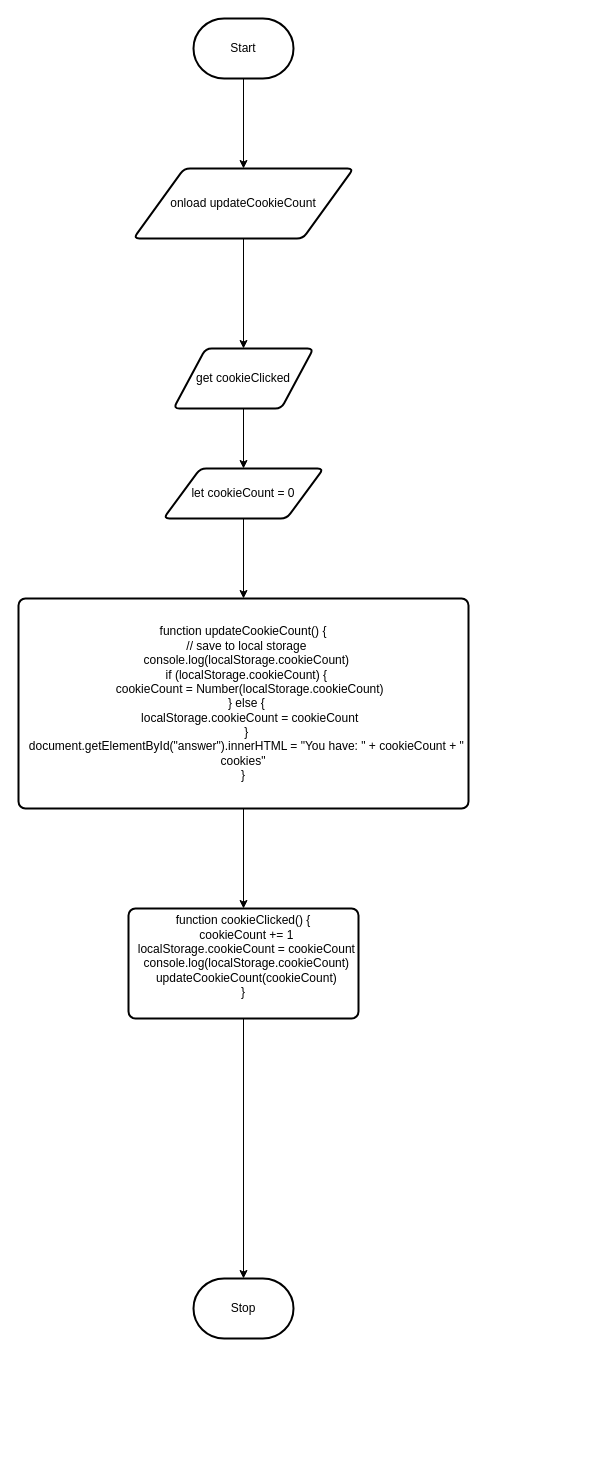
Earlier version of the draw.io diagram design/flowchart.drawio (MTHS-ICD2O-1-2023/ICD2O-Unit-6-02-kai-nguyen-4). Source tidied: cells renumbered, new cells numbered last; positions are measured from the earlier drawing's top-left corner, leaving out a move shared by most shapes. Both pictures are drawn from the tidied source at 100%, with x=0, y=0 at pixel (18, 18).
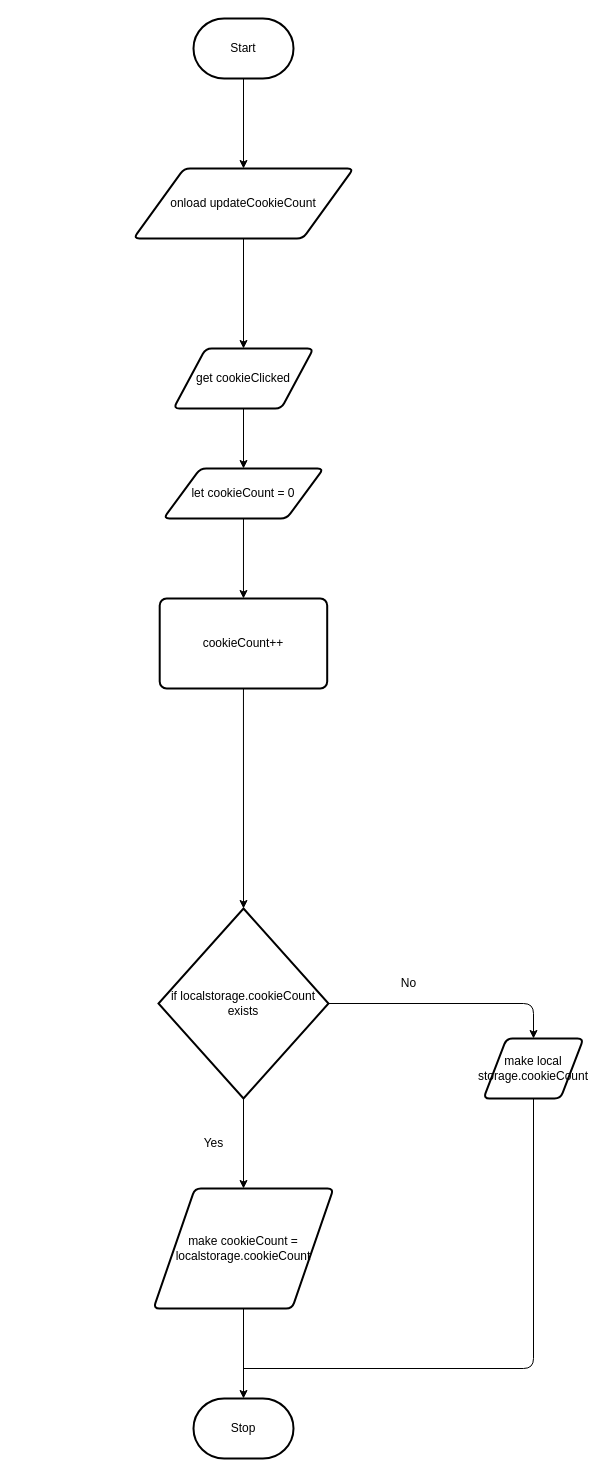
Above is the later version.

The edit, as a diff of the source:
```diff
@@
     <mxCell id="4" value="Stop" style="strokeWidth=2;html=1;shape=mxgraph.flowchart.terminator;whiteSpace=wrap;" parent="1" vertex="1">
-      <mxGeometry x="175" y="1260" width="100" height="60" as="geometry" />
+      <mxGeometry x="175" y="1380" width="100" height="60" as="geometry" />
     </mxCell>
@@
-    <mxCell id="11" style="edgeStyle=none;html=1;" parent="1" edge="1" source="12" target="14">
-      <mxGeometry relative="1" as="geometry" />
+    <mxCell id="11" style="edgeStyle=none;html=1;" parent="1" edge="1" source="12">
+      <mxGeometry relative="1" as="geometry">
+        <mxPoint x="225" y="890" as="targetPoint" />
+      </mxGeometry>
     </mxCell>
-    <mxCell id="12" value="&lt;div&gt;function updateCookieCount() {&lt;/div&gt;&lt;div&gt;&amp;nbsp; // save to local storage&lt;/div&gt;&lt;div&gt;&amp;nbsp; console.log(localStorage.cookieCount)&lt;/div&gt;&lt;div&gt;&amp;nbsp; if (localStorage.cookieCount) {&lt;/div&gt;&lt;div&gt;&amp;nbsp; &amp;nbsp; cookieCount = Number(localStorage.cookieCount)&lt;/div&gt;&lt;div&gt;&amp;nbsp; } else {&lt;/div&gt;&lt;div&gt;&amp;nbsp; &amp;nbsp; localStorage.cookieCount = cookieCount&lt;/div&gt;&lt;div&gt;&amp;nbsp; }&lt;/div&gt;&lt;div&gt;&amp;nbsp; document.getElementById(&quot;answer&quot;).innerHTML = &quot;You have: &quot; + cookieCount + &quot; cookies&quot;&lt;/div&gt;&lt;div&gt;}&lt;/div&gt;" style="rounded=1;whiteSpace=wrap;html=1;absoluteArcSize=1;arcSize=14;strokeWidth=2;" parent="1" vertex="1">
-      <mxGeometry y="580" width="450" height="210" as="geometry" />
+    <mxCell id="12" value="cookieCount++" style="rounded=1;whiteSpace=wrap;html=1;absoluteArcSize=1;arcSize=14;strokeWidth=2;" parent="1" vertex="1">
+      <mxGeometry x="141.2" y="580" width="167.5" height="90" as="geometry" />
     </mxCell>
-    <mxCell id="13" style="edgeStyle=none;html=1;entryX=0.5;entryY=0;entryDx=0;entryDy=0;entryPerimeter=0;" parent="1" edge="1" source="14" target="4">
-      <mxGeometry relative="1" as="geometry" />
-    </mxCell>
-    <mxCell id="14" value="&lt;div&gt;function cookieClicked() {&lt;/div&gt;&lt;div&gt;&amp;nbsp; cookieCount += 1&lt;/div&gt;&lt;div&gt;&amp;nbsp; localStorage.cookieCount = cookieCount&lt;/div&gt;&lt;div&gt;&amp;nbsp; console.log(localStorage.cookieCount)&lt;/div&gt;&lt;div&gt;&amp;nbsp; updateCookieCount(cookieCount)&lt;/div&gt;&lt;div&gt;}&lt;/div&gt;&lt;div&gt;&lt;br&gt;&lt;/div&gt;" style="rounded=1;whiteSpace=wrap;html=1;absoluteArcSize=1;arcSize=14;strokeWidth=2;" parent="1" vertex="1">
-      <mxGeometry x="110" y="890" width="230" height="110" as="geometry" />
-    </mxCell>
+    <mxCell id="15" style="edgeStyle=orthogonalEdgeStyle;html=1;entryX=0.5;entryY=0;entryDx=0;entryDy=0;" parent="1" edge="1" source="17" target="19">
+      <mxGeometry relative="1" as="geometry" />
+    </mxCell>
+    <mxCell id="16" style="edgeStyle=orthogonalEdgeStyle;html=1;entryX=0.5;entryY=0;entryDx=0;entryDy=0;" parent="1" edge="1" source="17" target="22">
+      <mxGeometry relative="1" as="geometry" />
+    </mxCell>
+    <mxCell id="17" value="if localstorage.cookieCount exists" style="strokeWidth=2;html=1;shape=mxgraph.flowchart.decision;whiteSpace=wrap;" parent="1" vertex="1">
+      <mxGeometry x="140" y="890" width="170" height="190" as="geometry" />
+    </mxCell>
+    <mxCell id="18" style="edgeStyle=orthogonalEdgeStyle;html=1;endArrow=none;endFill=0;" parent="1" edge="1" source="19">
+      <mxGeometry relative="1" as="geometry">
+        <mxPoint x="225" y="1350" as="targetPoint" />
+        <Array as="points">
+          <mxPoint x="515" y="1350" />
+        </Array>
+      </mxGeometry>
+    </mxCell>
+    <mxCell id="19" value="make local storage.cookieCount" style="shape=parallelogram;html=1;strokeWidth=2;perimeter=parallelogramPerimeter;whiteSpace=wrap;rounded=1;arcSize=12;size=0.23;" parent="1" vertex="1">
+      <mxGeometry x="465" y="1020" width="100" height="60" as="geometry" />
+    </mxCell>
+    <mxCell id="20" value="No" style="text;html=1;align=center;verticalAlign=middle;strokeColor=none;fillColor=none;" parent="1" vertex="1">
+      <mxGeometry x="370" y="950" width="40" height="30" as="geometry" />
+    </mxCell>
+    <mxCell id="21" style="edgeStyle=orthogonalEdgeStyle;html=1;entryX=0.5;entryY=0;entryDx=0;entryDy=0;entryPerimeter=0;" parent="1" edge="1" source="22" target="4">
+      <mxGeometry relative="1" as="geometry" />
+    </mxCell>
+    <mxCell id="22" value="make cookieCount = localstorage.cookieCount" style="shape=parallelogram;html=1;strokeWidth=2;perimeter=parallelogramPerimeter;whiteSpace=wrap;rounded=1;arcSize=12;size=0.23;" parent="1" vertex="1">
+      <mxGeometry x="135" y="1170" width="180" height="120" as="geometry" />
+    </mxCell>
+    <mxCell id="23" value="Yes" style="text;html=1;align=center;verticalAlign=middle;strokeColor=none;fillColor=none;" parent="1" vertex="1">
+      <mxGeometry x="175" y="1110" width="40" height="30" as="geometry" />
+    </mxCell>
```
